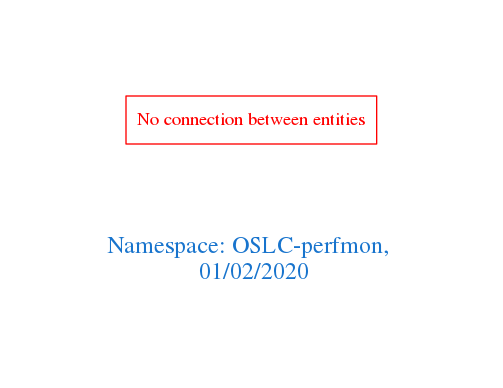
The Graphviz diagram downloads/OSLC-perfmon.png in arago/OGIT, before a commit. Its source is kept beside it as downloads/OSLC-perfmon.dot.
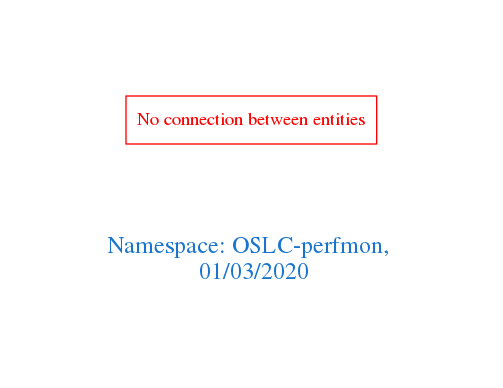
The same file after the commit.

The edit, as a diff of the source:
```diff
@@ -1,7 +1,7 @@
 digraph OGIT_ontology {
  graph [ rankdir= LR,pad=1
 fontsize = 18,
-fontcolor= dodgerblue3,label = "\n\n\nNamespace: OSLC-perfmon, \n 01/02/2020"];
+fontcolor= dodgerblue3,label = "\n\n\nNamespace: OSLC-perfmon, \n 01/03/2020"];
 node[shape=polygon];
 edge [  color="gray81"];
 
```
